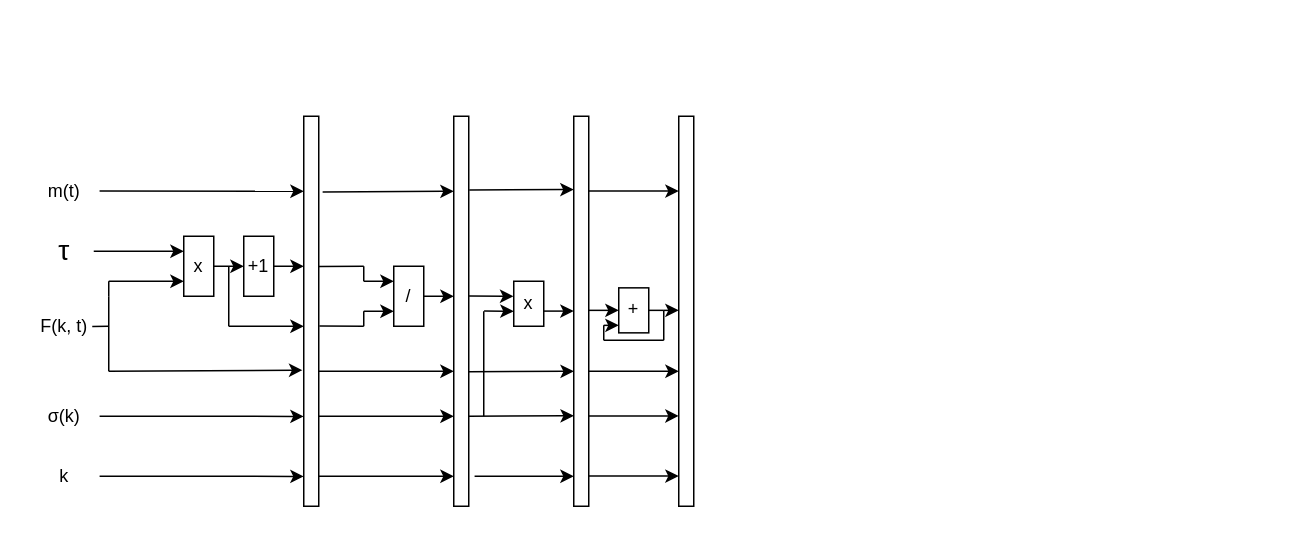
Above: page "Page-6" (6 of 6) of Untitled Diagram.drawio in JeterHwang/DSD (draw.io), before the change. Source tidied: cells renumbered, new cells numbered last; positions are measured from the earlier drawing's top-left corner, leaving out a move shared by most shapes. Both pictures are drawn from the tidied source at 150%, with x=0, y=0 at pixel (26, 116).
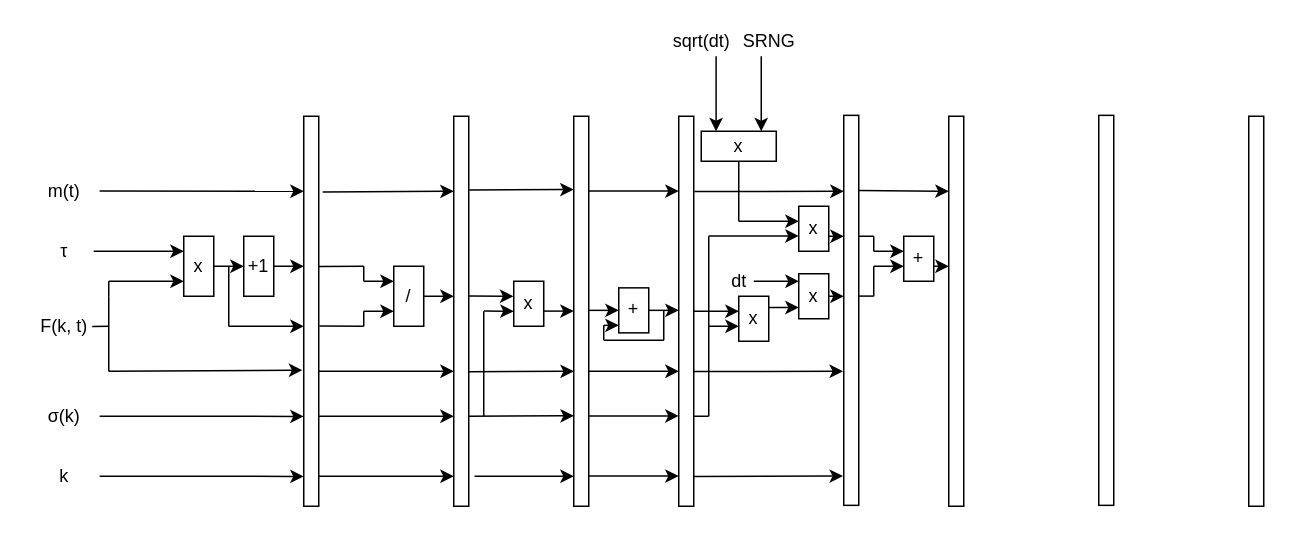
Above is the later version.

Unchanged cells that the change refers to:
```xml
<mxCell id="52" style="rounded=0;whiteSpace=wrap;html=1;" parent="1" vertex="1">
  <mxGeometry x="435" width="10" height="260" as="geometry" />
</mxCell>
```

Diff of the diagram source:
```diff
@@
-    <mxCell id="6" value="&lt;span style=&quot;font-size: 14pt ; font-family: &amp;#34;cambria math&amp;#34;&quot;&gt;τ&lt;/span&gt;" style="text;html=1;align=center;verticalAlign=middle;fillColor=none;strokeColor=none;rounded=0;" parent="1" vertex="1">
+    <mxCell id="6" value="&lt;span style=&quot;font-family: &amp;#34;cambria math&amp;#34;&quot;&gt;&lt;font style=&quot;font-size: 12px&quot;&gt;τ&lt;/font&gt;&lt;/span&gt;" style="text;html=1;align=center;verticalAlign=middle;fillColor=none;strokeColor=none;rounded=0;" parent="1" vertex="1">
       <mxGeometry x="15" y="80" width="20" height="20" as="geometry" />
     </mxCell>
@@
+    <mxCell id="59" value="x" style="rounded=0;whiteSpace=wrap;html=1;" parent="1" vertex="1">
+      <mxGeometry x="475" y="120" width="20" height="30" as="geometry" />
+    </mxCell>
+    <mxCell id="60" value="x" style="rounded=0;whiteSpace=wrap;html=1;" parent="1" vertex="1">
+      <mxGeometry x="450" y="10" width="50" height="20" as="geometry" />
+    </mxCell>
+    <mxCell id="61" style="endArrow=classic;html=1;" parent="1" edge="1">
+      <mxGeometry relative="1" as="geometry">
+        <mxPoint x="459.9" y="-40" as="sourcePoint" />
+        <mxPoint x="459.9" y="10" as="targetPoint" />
+      </mxGeometry>
+    </mxCell>
+    <mxCell id="62" style="endArrow=classic;html=1;" parent="1" edge="1">
+      <mxGeometry relative="1" as="geometry">
+        <mxPoint x="490" y="-40" as="sourcePoint" />
+        <mxPoint x="490" y="10" as="targetPoint" />
+      </mxGeometry>
+    </mxCell>
+    <mxCell id="63" value="sqrt(dt)" style="text;html=1;align=center;verticalAlign=middle;fillColor=none;strokeColor=none;rounded=0;" parent="1" vertex="1">
+      <mxGeometry x="425" y="-60" width="50" height="20" as="geometry" />
+    </mxCell>
+    <mxCell id="64" value="SRNG" style="text;html=1;align=center;verticalAlign=middle;fillColor=none;strokeColor=none;rounded=0;" parent="1" vertex="1">
+      <mxGeometry x="470" y="-60" width="50" height="20" as="geometry" />
+    </mxCell>
+    <mxCell id="65" style="endArrow=classic;html=1;exitX=1;exitY=0.5;exitDx=0;exitDy=0;" parent="1" edge="1" source="52">
+      <mxGeometry relative="1" as="geometry">
+        <mxPoint x="475" y="130" as="targetPoint" />
+      </mxGeometry>
+    </mxCell>
+    <mxCell id="66" style="endArrow=classic;html=1;" parent="1" edge="1">
+      <mxGeometry relative="1" as="geometry">
+        <mxPoint x="455" y="140" as="sourcePoint" />
+        <mxPoint x="475" y="140" as="targetPoint" />
+      </mxGeometry>
+    </mxCell>
+    <mxCell id="67" style="endArrow=none;html=1;" parent="1" edge="1">
+      <mxGeometry relative="1" as="geometry">
+        <mxPoint x="455" y="200" as="sourcePoint" />
+        <mxPoint x="455" y="140" as="targetPoint" />
+      </mxGeometry>
+    </mxCell>
+    <mxCell id="68" style="endArrow=none;html=1;entryX=1.009;entryY=0.769;entryDx=0;entryDy=0;entryPerimeter=0;" parent="1" edge="1" target="52">
+      <mxGeometry relative="1" as="geometry">
+        <mxPoint x="455" y="200" as="sourcePoint" />
+      </mxGeometry>
+    </mxCell>
+    <mxCell id="69" style="endArrow=none;html=1;" parent="1" edge="1">
+      <mxGeometry relative="1" as="geometry">
+        <mxPoint x="455" y="140" as="sourcePoint" />
+        <mxPoint x="455" y="80" as="targetPoint" />
+      </mxGeometry>
+    </mxCell>
+    <mxCell id="70" style="endArrow=none;html=1;entryX=0.5;entryY=1;entryDx=0;entryDy=0;" parent="1" edge="1" target="60">
+      <mxGeometry relative="1" as="geometry">
+        <mxPoint x="475" y="70" as="sourcePoint" />
+      </mxGeometry>
+    </mxCell>
+    <mxCell id="71" style="endArrow=classic;html=1;" parent="1" edge="1">
+      <mxGeometry relative="1" as="geometry">
+        <mxPoint x="455" y="79.8" as="sourcePoint" />
+        <mxPoint x="515" y="79.8" as="targetPoint" />
+      </mxGeometry>
+    </mxCell>
+    <mxCell id="72" style="endArrow=classic;html=1;" parent="1" edge="1">
+      <mxGeometry relative="1" as="geometry">
+        <mxPoint x="475" y="70" as="sourcePoint" />
+        <mxPoint x="515" y="70" as="targetPoint" />
+      </mxGeometry>
+    </mxCell>
+    <mxCell id="73" value="x" style="rounded=0;whiteSpace=wrap;html=1;" parent="1" vertex="1">
+      <mxGeometry x="515" y="60" width="20" height="30" as="geometry" />
+    </mxCell>
+    <mxCell id="74" value="x" style="rounded=0;whiteSpace=wrap;html=1;" parent="1" vertex="1">
+      <mxGeometry x="515" y="105" width="20" height="30" as="geometry" />
+    </mxCell>
+    <mxCell id="75" style="endArrow=classic;html=1;exitX=1;exitY=0.25;exitDx=0;exitDy=0;entryX=0;entryY=0.75;entryDx=0;entryDy=0;" parent="1" edge="1" source="59" target="74">
+      <mxGeometry relative="1" as="geometry" />
+    </mxCell>
+    <mxCell id="76" style="endArrow=classic;html=1;" parent="1" edge="1">
+      <mxGeometry relative="1" as="geometry">
+        <mxPoint x="485" y="110" as="sourcePoint" />
+        <mxPoint x="515" y="110" as="targetPoint" />
+      </mxGeometry>
+    </mxCell>
+    <mxCell id="77" value="dt" style="text;html=1;align=center;verticalAlign=middle;fillColor=none;strokeColor=none;rounded=0;" parent="1" vertex="1">
+      <mxGeometry x="460" y="100" width="30" height="20" as="geometry" />
+    </mxCell>
+    <mxCell id="78" style="rounded=0;whiteSpace=wrap;html=1;" parent="1" vertex="1">
+      <mxGeometry x="545" y="-0.6" width="10" height="260" as="geometry" />
+    </mxCell>
+    <mxCell id="79" style="endArrow=classic;html=1;exitX=1;exitY=0.5;exitDx=0;exitDy=0;" parent="1" edge="1">
+      <mxGeometry relative="1" as="geometry">
+        <mxPoint x="535" y="80" as="sourcePoint" />
+        <mxPoint x="545" y="80" as="targetPoint" />
+      </mxGeometry>
+    </mxCell>
+    <mxCell id="80" style="endArrow=classic;html=1;exitX=1;exitY=0.5;exitDx=0;exitDy=0;" parent="1" edge="1">
+      <mxGeometry relative="1" as="geometry">
+        <mxPoint x="535" y="120" as="sourcePoint" />
+        <mxPoint x="545" y="120" as="targetPoint" />
+      </mxGeometry>
+    </mxCell>
+    <mxCell id="81" style="endArrow=classic;html=1;exitX=1.045;exitY=0.193;exitDx=0;exitDy=0;exitPerimeter=0;" parent="1" edge="1" source="52">
+      <mxGeometry relative="1" as="geometry">
+        <mxPoint x="545" y="50" as="targetPoint" />
+      </mxGeometry>
+    </mxCell>
+    <mxCell id="82" style="endArrow=classic;html=1;exitX=1.045;exitY=0.193;exitDx=0;exitDy=0;exitPerimeter=0;" parent="1" edge="1">
+      <mxGeometry relative="1" as="geometry">
+        <mxPoint x="445" y="170.2" as="sourcePoint" />
+        <mxPoint x="544.5" y="170" as="targetPoint" />
+      </mxGeometry>
+    </mxCell>
+    <mxCell id="83" style="endArrow=classic;html=1;exitX=1.045;exitY=0.193;exitDx=0;exitDy=0;exitPerimeter=0;" parent="1" edge="1">
+      <mxGeometry relative="1" as="geometry">
+        <mxPoint x="445" y="240.1" as="sourcePoint" />
+        <mxPoint x="544.5" y="239.9" as="targetPoint" />
+      </mxGeometry>
+    </mxCell>
+    <mxCell id="84" value="+" style="rounded=0;whiteSpace=wrap;html=1;" parent="1" vertex="1">
+      <mxGeometry x="585" y="80" width="20" height="30" as="geometry" />
+    </mxCell>
+    <mxCell id="85" style="endArrow=none;html=1;" parent="1" edge="1">
+      <mxGeometry relative="1" as="geometry">
+        <mxPoint x="565" y="90" as="sourcePoint" />
+        <mxPoint x="565" y="80" as="targetPoint" />
+      </mxGeometry>
+    </mxCell>
+    <mxCell id="86" style="endArrow=none;html=1;exitX=1.004;exitY=0.31;exitDx=0;exitDy=0;exitPerimeter=0;" parent="1" edge="1" source="78">
+      <mxGeometry relative="1" as="geometry">
+        <mxPoint x="565" y="80" as="targetPoint" />
+      </mxGeometry>
+    </mxCell>
+    <mxCell id="87" style="endArrow=none;html=1;exitX=1.004;exitY=0.31;exitDx=0;exitDy=0;exitPerimeter=0;" parent="1" edge="1">
+      <mxGeometry relative="1" as="geometry">
+        <mxPoint x="555" y="119.9" as="sourcePoint" />
+        <mxPoint x="565" y="119.9" as="targetPoint" />
+      </mxGeometry>
+    </mxCell>
+    <mxCell id="88" style="endArrow=none;html=1;" parent="1" edge="1">
+      <mxGeometry relative="1" as="geometry">
+        <mxPoint x="565" y="120" as="sourcePoint" />
+        <mxPoint x="565" y="100" as="targetPoint" />
+      </mxGeometry>
+    </mxCell>
+    <mxCell id="89" style="endArrow=classic;html=1;" parent="1" edge="1">
+      <mxGeometry relative="1" as="geometry">
+        <mxPoint x="565" y="100" as="sourcePoint" />
+        <mxPoint x="585" y="100" as="targetPoint" />
+      </mxGeometry>
+    </mxCell>
+    <mxCell id="90" style="endArrow=classic;html=1;" parent="1" edge="1">
+      <mxGeometry relative="1" as="geometry">
+        <mxPoint x="565" y="90" as="sourcePoint" />
+        <mxPoint x="585" y="90" as="targetPoint" />
+      </mxGeometry>
+    </mxCell>
+    <mxCell id="91" style="rounded=0;whiteSpace=wrap;html=1;" parent="1" vertex="1">
+      <mxGeometry x="615" width="10" height="260" as="geometry" />
+    </mxCell>
+    <mxCell id="92" style="endArrow=classic;html=1;exitX=1;exitY=0.5;exitDx=0;exitDy=0;" parent="1" edge="1">
+      <mxGeometry relative="1" as="geometry">
+        <mxPoint x="605" y="100" as="sourcePoint" />
+        <mxPoint x="615" y="100" as="targetPoint" />
+      </mxGeometry>
+    </mxCell>
+    <mxCell id="93" style="endArrow=classic;html=1;exitX=1.01;exitY=0.193;exitDx=0;exitDy=0;exitPerimeter=0;" parent="1" edge="1" source="78">
+      <mxGeometry relative="1" as="geometry">
+        <mxPoint x="615" y="50" as="targetPoint" />
+      </mxGeometry>
+    </mxCell>
+    <mxCell id="94" style="rounded=0;whiteSpace=wrap;html=1;" parent="1" vertex="1">
+      <mxGeometry x="815" width="10" height="260" as="geometry" />
+    </mxCell>
+    <mxCell id="95" style="rounded=0;whiteSpace=wrap;html=1;" parent="1" vertex="1">
+      <mxGeometry x="715" y="-0.6" width="10" height="260" as="geometry" />
+    </mxCell>
```
